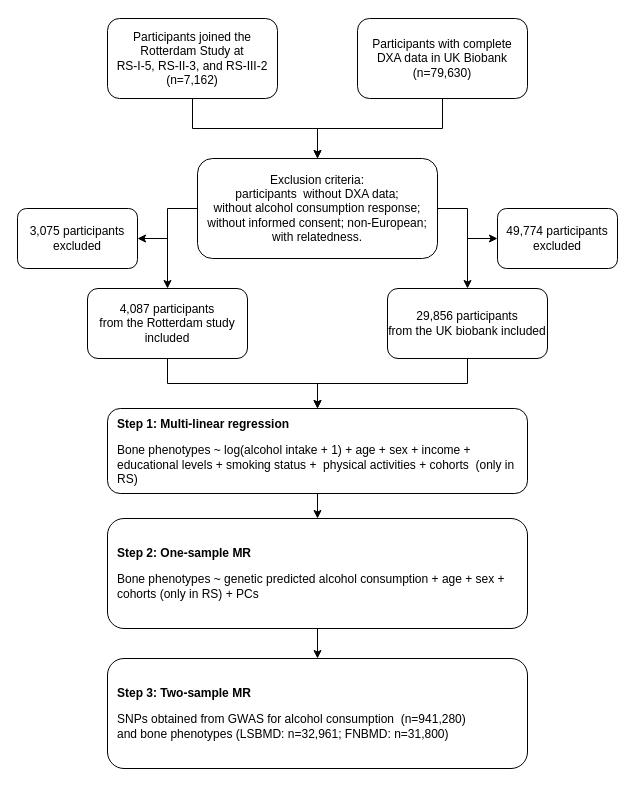
This is 未命名绘图.drawio from xphe29/Alcohol_and_Bone, a draw.io file, before an edit. Source tidied: cells renumbered, new cells numbered last; positions are measured from the earlier drawing's top-left corner, leaving out a move shared by most shapes. Both pictures are drawn from the tidied source at 100%, with x=0, y=0 at pixel (17, 18).
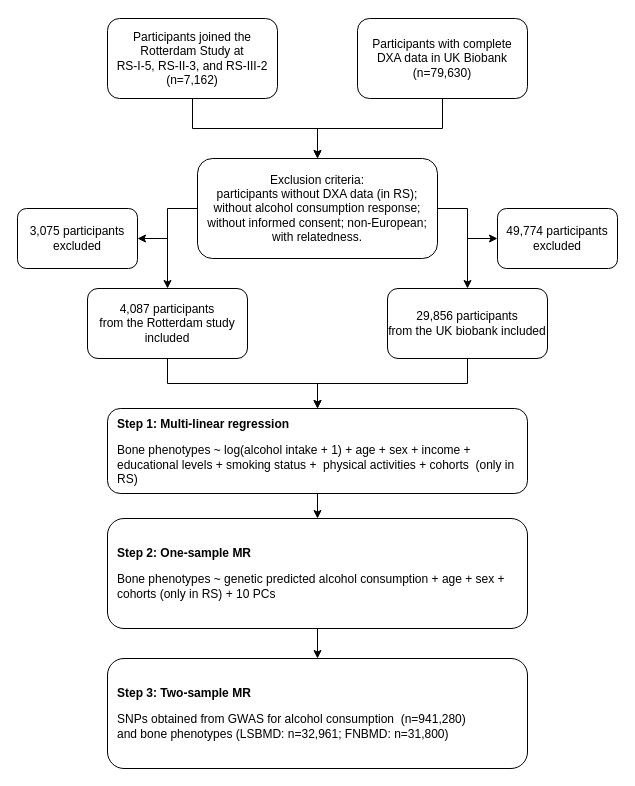
The same page after the edit.

Commit message:
更新未命名绘图.drawio

Diff of the diagram source:
```diff
@@
-    <mxCell id="8" value="&lt;p align=&quot;center&quot; class=&quot;MsoNormal&quot;&gt;Exclusion criteria:&lt;br&gt;participants&amp;nbsp; without DXA data;&lt;br&gt;without alcohol consumption response;&lt;br&gt;without informed consent; non-European; with relatedness.&lt;/p&gt;" style="whiteSpace=wrap;html=1;rounded=1;" parent="1" vertex="1">
+    <mxCell id="8" value="&lt;p align=&quot;center&quot; class=&quot;MsoNormal&quot;&gt;Exclusion criteria:&lt;br&gt;participants without DXA data (in RS);&lt;br&gt;without alcohol consumption response;&lt;br&gt;without informed consent; non-European; with relatedness.&lt;/p&gt;" style="whiteSpace=wrap;html=1;rounded=1;" parent="1" vertex="1">
       <mxGeometry x="180" y="140" width="240" height="100" as="geometry" />
     </mxCell>
@@
-    <mxCell id="20" value="&lt;p class=&quot;MsoNormal&quot; style=&quot;&quot;&gt;&lt;/p&gt;&lt;div style=&quot;&quot;&gt;&lt;b style=&quot;background-color: transparent; color: light-dark(rgb(0, 0, 0), rgb(255, 255, 255));&quot;&gt;Step 2: One-sample&amp;nbsp;&lt;/b&gt;&lt;b style=&quot;background-color: transparent; color: light-dark(rgb(0, 0, 0), rgb(255, 255, 255));&quot;&gt;MR&lt;/b&gt;&lt;/div&gt;&lt;p&gt;&lt;/p&gt;&lt;p class=&quot;MsoNormal&quot; style=&quot;&quot;&gt;&lt;/p&gt;&lt;div style=&quot;&quot;&gt;&lt;span style=&quot;background-color: transparent; color: light-dark(rgb(0, 0, 0), rgb(255, 255, 255));&quot;&gt;&lt;font&gt;Bone phenotypes ~ genetic predicted alcohol consumption +&amp;nbsp;&lt;/font&gt;&lt;/span&gt;&lt;span style=&quot;background-color: transparent; color: light-dark(rgb(0, 0, 0), rgb(255, 255, 255));&quot;&gt;age + sex + cohorts (only in RS) + PCs&lt;/span&gt;&lt;/div&gt;&lt;p&gt;&lt;/p&gt;" style="whiteSpace=wrap;html=1;align=left;rounded=1;spacing=10;" parent="1" vertex="1">
+    <mxCell id="20" value="&lt;p class=&quot;MsoNormal&quot; style=&quot;&quot;&gt;&lt;/p&gt;&lt;div style=&quot;&quot;&gt;&lt;b style=&quot;background-color: transparent; color: light-dark(rgb(0, 0, 0), rgb(255, 255, 255));&quot;&gt;Step 2: One-sample&amp;nbsp;&lt;/b&gt;&lt;b style=&quot;background-color: transparent; color: light-dark(rgb(0, 0, 0), rgb(255, 255, 255));&quot;&gt;MR&lt;/b&gt;&lt;/div&gt;&lt;p&gt;&lt;/p&gt;&lt;p class=&quot;MsoNormal&quot; style=&quot;&quot;&gt;&lt;/p&gt;&lt;div style=&quot;&quot;&gt;&lt;span style=&quot;background-color: transparent; color: light-dark(rgb(0, 0, 0), rgb(255, 255, 255));&quot;&gt;&lt;font&gt;Bone phenotypes ~ genetic predicted alcohol consumption +&amp;nbsp;&lt;/font&gt;&lt;/span&gt;&lt;span style=&quot;background-color: transparent; color: light-dark(rgb(0, 0, 0), rgb(255, 255, 255));&quot;&gt;age + sex + cohorts (only in RS) + 10 PCs&lt;/span&gt;&lt;/div&gt;&lt;p&gt;&lt;/p&gt;" style="whiteSpace=wrap;html=1;align=left;rounded=1;spacing=10;" parent="1" vertex="1">
       <mxGeometry x="90" y="500" width="420" height="110" as="geometry" />
     </mxCell>
```
